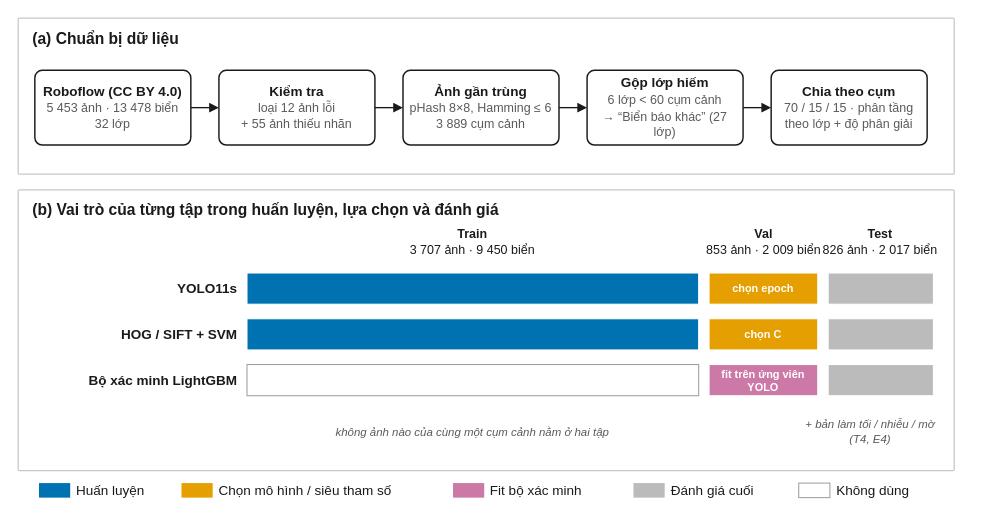
The draw.io diagram BaoCao/Nhom07/figures/drawio/Fig_du_lieu.drawio in HoanBuCon/UTCI-Vision, before the edit. Source tidied: cells renumbered, new cells numbered last; positions are measured from the earlier drawing's top-left corner, leaving out a move shared by most shapes. Both pictures are drawn from the tidied source at 104%, with x=0, y=0 at pixel (18, 18).
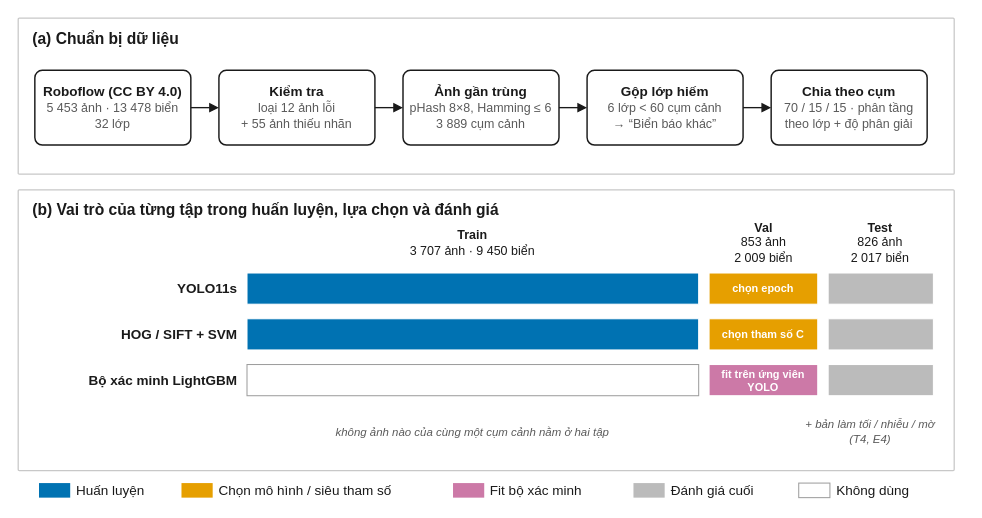
After the change.

Commit message (it also covers changes not shown here):
docs(report): clarify SVM C label in data-use figure

Diff of the diagram source:
```diff
@@
-    <mxCell id="7" value="&lt;b&gt;Gộp lớp hiếm&lt;/b&gt;&lt;br&gt;&lt;font style=&quot;font-size:12px&quot; color=&quot;#5a5a5a&quot;&gt;6 lớp &amp;lt; 60 cụm cảnh&lt;br&gt;→ “Biển báo khác” (27 lớp)&lt;/font&gt;" style="rounded=1;arcSize=10;html=1;whiteSpace=wrap;fontFamily=Arial;fontSize=13;fontColor=#1a1a1a;fillColor=#ffffff;strokeColor=#1a1a1a;strokeWidth=1.4;spacing=6;" parent="1" vertex="1">
+    <mxCell id="7" value="&lt;b&gt;Gộp lớp hiếm&lt;/b&gt;&lt;br&gt;&lt;font style=&quot;font-size:12px&quot; color=&quot;#5a5a5a&quot;&gt;6 lớp &amp;lt; 60 cụm cảnh&lt;br&gt;→ “Biển báo khác”&lt;/font&gt;" style="rounded=1;arcSize=10;html=1;whiteSpace=wrap;fontFamily=Arial;fontSize=13;fontColor=#1a1a1a;fillColor=#ffffff;strokeColor=#1a1a1a;strokeWidth=1.4;spacing=6;" parent="1" vertex="1">
       <mxGeometry x="547" y="50" width="150" height="72" as="geometry" />
     </mxCell>
@@
     <mxCell id="15" value="&lt;b&gt;Train&lt;/b&gt;&lt;br&gt;3 707 ảnh · 9 450 biển" style="text;html=1;whiteSpace=wrap;overflow=visible;strokeColor=none;fillColor=none;fontFamily=Arial;fontSize=12;fontColor=#1a1a1a;align=center;verticalAlign=middle;spacing=0;fontStyle=0;" parent="1" vertex="1">
-      <mxGeometry x="357.1" y="198" width="160" height="34" as="geometry" />
+      <mxGeometry x="357.1" y="192" width="160" height="48" as="geometry" />
     </mxCell>
-    <mxCell id="16" value="&lt;b&gt;Val&lt;/b&gt;&lt;br&gt;853 ảnh · 2 009 biển" style="text;html=1;whiteSpace=wrap;overflow=visible;strokeColor=none;fillColor=none;fontFamily=Arial;fontSize=12;fontColor=#1a1a1a;align=center;verticalAlign=middle;spacing=0;fontStyle=0;" parent="1" vertex="1">
-      <mxGeometry x="636.5" y="198" width="160" height="34" as="geometry" />
+    <mxCell id="16" value="&lt;b&gt;Val&lt;/b&gt;&lt;br&gt;853 ảnh&lt;br&gt;2 009 biển" style="text;html=1;whiteSpace=wrap;overflow=visible;strokeColor=none;fillColor=none;fontFamily=Arial;fontSize=12;fontColor=#1a1a1a;align=center;verticalAlign=middle;spacing=0;fontStyle=0;" parent="1" vertex="1">
+      <mxGeometry x="636.5" y="192" width="160" height="48" as="geometry" />
     </mxCell>
-    <mxCell id="17" value="&lt;b&gt;Test&lt;/b&gt;&lt;br&gt;826 ảnh · 2 017 biển" style="text;html=1;whiteSpace=wrap;overflow=visible;strokeColor=none;fillColor=none;fontFamily=Arial;fontSize=12;fontColor=#1a1a1a;align=center;verticalAlign=middle;spacing=0;fontStyle=0;" parent="1" vertex="1">
-      <mxGeometry x="749.4" y="198" width="160" height="34" as="geometry" />
+    <mxCell id="17" value="&lt;b&gt;Test&lt;/b&gt;&lt;br&gt;826 ảnh&lt;br&gt;2 017 biển" style="text;html=1;whiteSpace=wrap;overflow=visible;strokeColor=none;fillColor=none;fontFamily=Arial;fontSize=12;fontColor=#1a1a1a;align=center;verticalAlign=middle;spacing=0;fontStyle=0;" parent="1" vertex="1">
+      <mxGeometry x="749.4" y="192" width="160" height="48" as="geometry" />
     </mxCell>
@@
-    <mxCell id="27" value="chọn C" style="text;html=1;whiteSpace=wrap;overflow=visible;strokeColor=none;fillColor=none;fontFamily=Arial;fontSize=10.5;fontColor=#ffffff;align=center;verticalAlign=middle;spacing=0;fontStyle=1;" parent="1" vertex="1">
+    <mxCell id="27" value="chọn tham số C" style="text;html=1;whiteSpace=wrap;overflow=visible;strokeColor=none;fillColor=none;fontFamily=Arial;fontSize=10.5;fontColor=#ffffff;align=center;verticalAlign=middle;spacing=0;fontStyle=1;" parent="1" vertex="1">
       <mxGeometry x="664.3" y="289" width="104.5" height="30" as="geometry" />
     </mxCell>
```
